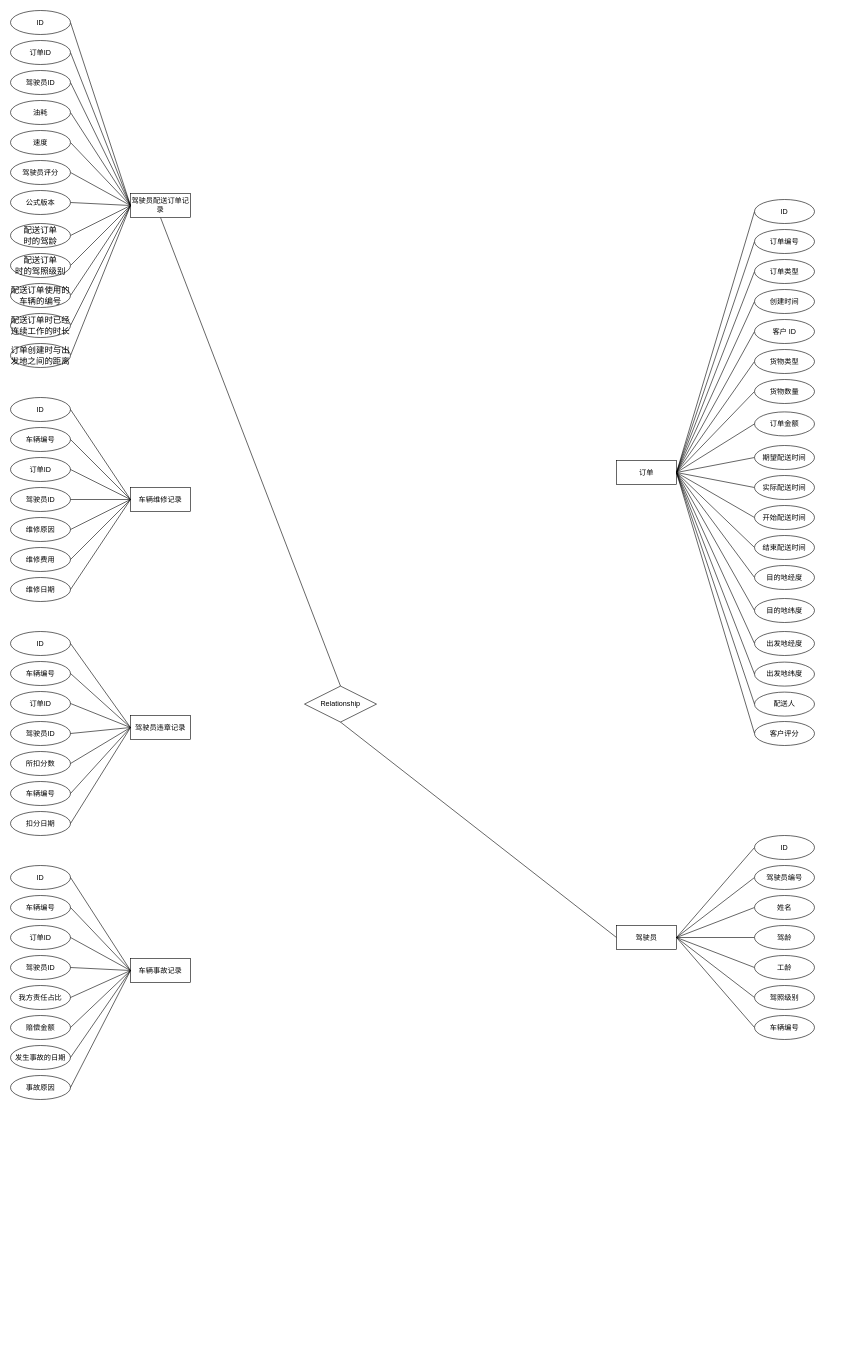
Earlier version of the draw.io diagram 小论文/ER图.drawio (YoungYo/drawio). Source tidied: cells renumbered, new cells numbered last; positions are measured from the earlier drawing's top-left corner, leaving out a move shared by most shapes. Both pictures are drawn from the tidied source at 60%, with x=0, y=0 at pixel (10, 10).
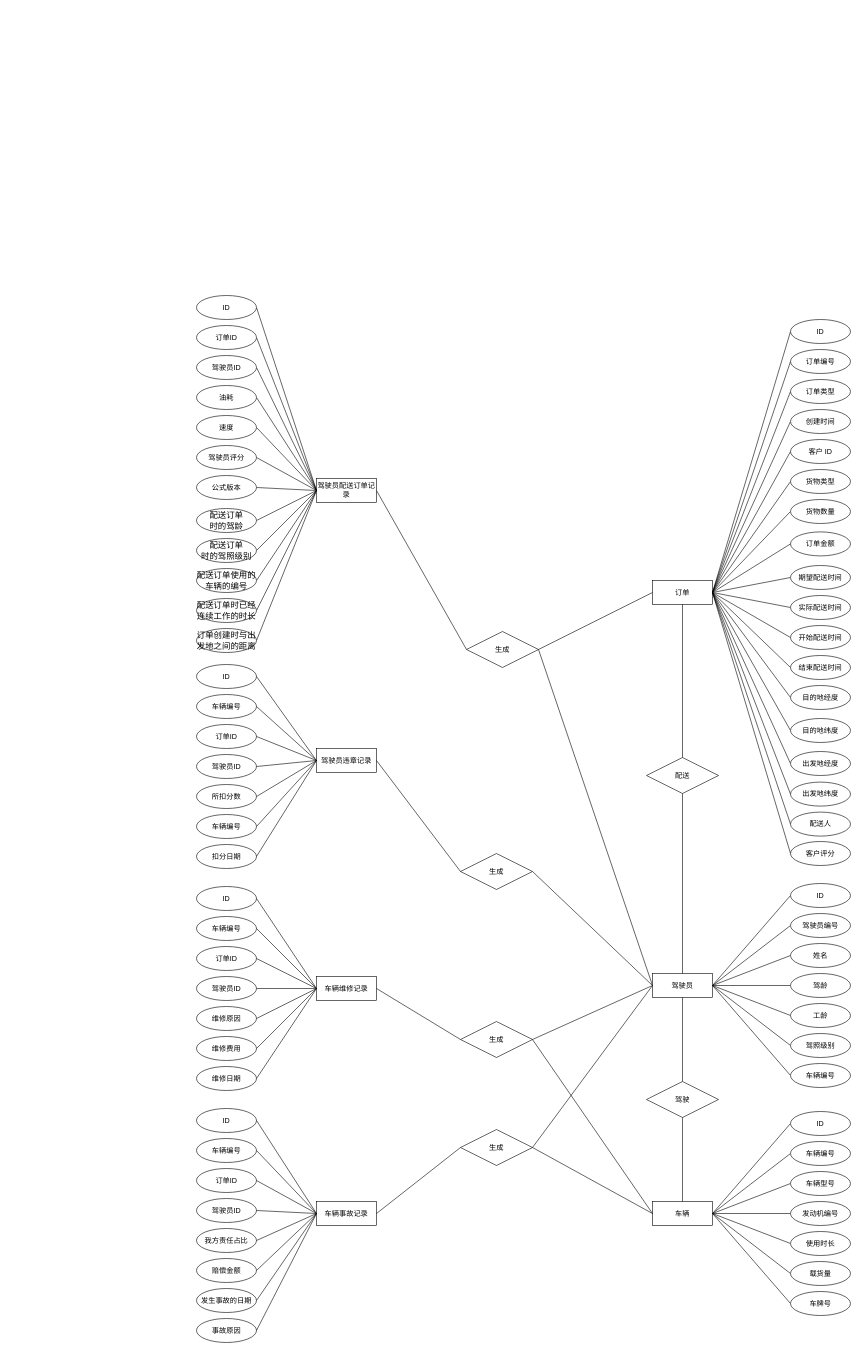
After the change.

Unchanged cells that the change refers to:
```xml
<mxCell id="8" value="订单" style="whiteSpace=wrap;html=1;align=center;" parent="7" vertex="1">
  <mxGeometry y="435" width="100" height="40" as="geometry" />
</mxCell>
<mxCell id="48" value="驾驶员" style="whiteSpace=wrap;html=1;align=center;" parent="47" vertex="1">
  <mxGeometry y="150" width="100" height="40" as="geometry" />
</mxCell>
<mxCell id="92" value="驾驶员评分" style="ellipse;whiteSpace=wrap;html=1;align=center;flipV=1;" parent="86" vertex="1">
  <mxGeometry y="250" width="100" height="40" as="geometry" />
</mxCell>
<mxCell id="93" value="公式版本" style="ellipse;whiteSpace=wrap;html=1;align=center;flipV=1;" parent="86" vertex="1">
  <mxGeometry y="300" width="100" height="40" as="geometry" />
</mxCell>
<mxCell id="94" value="&lt;span style=&quot;font-size: 10.5pt&quot;&gt;配送订单&lt;br&gt;时的驾龄&lt;/span&gt;&lt;span style=&quot;font-size: medium&quot;&gt;&lt;/span&gt;" style="ellipse;whiteSpace=wrap;html=1;align=center;flipV=1;" parent="86" vertex="1">
  <mxGeometry y="355" width="100" height="40" as="geometry" />
</mxCell>
```

Diff of the diagram source:
```diff
@@
-    <mxCell id="2" value="Relationship" style="shape=rhombus;perimeter=rhombusPerimeter;whiteSpace=wrap;html=1;align=center;" parent="1" vertex="1">
-      <mxGeometry x="490" y="1126" width="120" height="60" as="geometry" />
+    <mxCell id="2" value="生成" style="shape=rhombus;perimeter=rhombusPerimeter;whiteSpace=wrap;html=1;align=center;" parent="1" vertex="1">
+      <mxGeometry x="760" y="1035" width="120" height="60" as="geometry" />
     </mxCell>
-    <mxCell id="3" style="endArrow=none;html=1;rounded=0;exitX=0.5;exitY=1;exitDx=0;exitDy=0;entryX=0.5;entryY=0;entryDx=0;entryDy=0;" parent="1" edge="1" source="64" target="2">
+    <mxCell id="3" style="endArrow=none;html=1;rounded=0;exitX=1;exitY=0.5;exitDx=0;exitDy=0;entryX=0;entryY=0.5;entryDx=0;entryDy=0;" parent="1" edge="1" source="64" target="2">
       <mxGeometry relative="1" as="geometry" />
     </mxCell>
-    <mxCell id="4" style="endArrow=none;html=1;rounded=0;exitX=0.5;exitY=1;exitDx=0;exitDy=0;entryX=0;entryY=0.5;entryDx=0;entryDy=0;" parent="1" edge="1" source="2" target="48">
+    <mxCell id="4" style="endArrow=none;html=1;rounded=0;exitX=1;exitY=0.5;exitDx=0;exitDy=0;entryX=0;entryY=0.5;entryDx=0;entryDy=0;" parent="1" edge="1" source="2" target="48">
       <mxGeometry relative="1" as="geometry" />
     </mxCell>
     <mxCell id="5" value="驾驶员违章记录" style="whiteSpace=wrap;html=1;align=center;" parent="1" vertex="1">
-      <mxGeometry x="200" y="1175" width="100" height="40" as="geometry" />
+      <mxGeometry x="510" y="1230" width="100" height="40" as="geometry" />
     </mxCell>
     <mxCell id="6" value="车辆事故记录" style="whiteSpace=wrap;html=1;align=center;" parent="1" vertex="1">
-      <mxGeometry x="200" y="1580" width="100" height="40" as="geometry" />
+      <mxGeometry x="510" y="1985" width="100" height="40" as="geometry" />
     </mxCell>
     <mxCell id="7" style="group;" parent="1" vertex="1">
-      <mxGeometry x="1010" y="315" width="330" height="910" as="geometry" />
+      <mxGeometry x="1070" y="515" width="330" height="910" as="geometry" />
     </mxCell>
@@
+    <mxCell id="141" value="配送" style="shape=rhombus;perimeter=rhombusPerimeter;whiteSpace=wrap;html=1;align=center;" parent="7" vertex="1">
+      <mxGeometry x="-10" y="730" width="120" height="60" as="geometry" />
+    </mxCell>
+    <mxCell id="142" style="endArrow=none;html=1;rounded=0;entryX=0.5;entryY=0;entryDx=0;entryDy=0;exitX=0.5;exitY=1;exitDx=0;exitDy=0;" parent="7" edge="1" source="8" target="141">
+      <mxGeometry relative="1" as="geometry" />
+    </mxCell>
     <mxCell id="46" style="group;" parent="1" vertex="1">
-      <mxGeometry x="1010" y="1375" width="330" height="340" as="geometry" />
+      <mxGeometry x="1070" y="1455" width="330" height="340" as="geometry" />
     </mxCell>
@@
     <mxCell id="64" value="驾驶员配送订单记录" style="whiteSpace=wrap;html=1;align=center;" parent="1" vertex="1">
-      <mxGeometry x="200" y="305" width="100" height="40" as="geometry" />
+      <mxGeometry x="510" y="780" width="100" height="40" as="geometry" />
     </mxCell>
@@
     <mxCell id="70" style="endArrow=none;html=1;rounded=0;entryX=1;entryY=0.5;entryDx=0;entryDy=0;" parent="1" edge="1" target="92">
       <mxGeometry relative="1" as="geometry">
-        <mxPoint x="200" y="325" as="sourcePoint" />
+        <mxPoint x="510" y="800" as="sourcePoint" />
       </mxGeometry>
     </mxCell>
     <mxCell id="71" style="endArrow=none;html=1;rounded=0;entryX=1;entryY=0.5;entryDx=0;entryDy=0;" parent="1" edge="1" target="93">
       <mxGeometry relative="1" as="geometry">
-        <mxPoint x="200" y="325" as="sourcePoint" />
+        <mxPoint x="510" y="800" as="sourcePoint" />
       </mxGeometry>
     </mxCell>
     <mxCell id="72" style="endArrow=none;html=1;rounded=0;entryX=1;entryY=0.5;entryDx=0;entryDy=0;" parent="1" edge="1" target="94">
       <mxGeometry relative="1" as="geometry">
-        <mxPoint x="200" y="325" as="sourcePoint" />
+        <mxPoint x="510" y="800" as="sourcePoint" />
       </mxGeometry>
     </mxCell>
@@
     <mxCell id="77" style="group;" parent="1" vertex="1">
-      <mxGeometry y="645" width="100" height="340" as="geometry" />
+      <mxGeometry x="310" y="1460" width="100" height="340" as="geometry" />
     </mxCell>
@@
     <mxCell id="86" style="group;" parent="1" vertex="1">
-      <mxGeometry width="100" height="595" as="geometry" />
+      <mxGeometry x="310" y="475" width="100" height="595" as="geometry" />
     </mxCell>
@@
     <mxCell id="99" value="车辆维修记录" style="whiteSpace=wrap;html=1;align=center;" parent="1" vertex="1">
-      <mxGeometry x="200" y="795" width="100" height="40" as="geometry" />
+      <mxGeometry x="510" y="1610" width="100" height="40" as="geometry" />
     </mxCell>
     <mxCell id="100" style="endArrow=none;html=1;rounded=0;entryX=0;entryY=0.5;entryDx=0;entryDy=0;" parent="1" edge="1" target="99">
       <mxGeometry relative="1" as="geometry">
-        <mxPoint x="100" y="665" as="sourcePoint" />
+        <mxPoint x="410" y="1480" as="sourcePoint" />
       </mxGeometry>
     </mxCell>
@@
     <mxCell id="107" style="group;" parent="1" vertex="1">
-      <mxGeometry y="1035" width="100" height="340" as="geometry" />
+      <mxGeometry x="310" y="1090" width="100" height="340" as="geometry" />
     </mxCell>
@@
     <mxCell id="123" style="group;" parent="1" vertex="1">
-      <mxGeometry y="1425" width="100" height="390" as="geometry" />
+      <mxGeometry x="310" y="1830" width="100" height="390" as="geometry" />
     </mxCell>
@@
+    <mxCell id="143" style="endArrow=none;html=1;rounded=0;entryX=0;entryY=0.5;entryDx=0;entryDy=0;exitX=1;exitY=0.5;exitDx=0;exitDy=0;" parent="1" edge="1" source="2" target="8">
+      <mxGeometry relative="1" as="geometry" />
+    </mxCell>
+    <mxCell id="144" value="生成" style="shape=rhombus;perimeter=rhombusPerimeter;whiteSpace=wrap;html=1;align=center;" parent="1" vertex="1">
+      <mxGeometry x="750" y="1405" width="120" height="60" as="geometry" />
+    </mxCell>
+    <mxCell id="145" style="endArrow=none;html=1;rounded=0;entryX=0;entryY=0.5;entryDx=0;entryDy=0;exitX=1;exitY=0.5;exitDx=0;exitDy=0;" parent="1" edge="1" source="5" target="144">
+      <mxGeometry relative="1" as="geometry" />
+    </mxCell>
+    <mxCell id="146" style="endArrow=none;html=1;rounded=0;entryX=0;entryY=0.5;entryDx=0;entryDy=0;exitX=1;exitY=0.5;exitDx=0;exitDy=0;" parent="1" edge="1" source="144" target="48">
+      <mxGeometry relative="1" as="geometry" />
+    </mxCell>
+    <mxCell id="147" style="group;" parent="1" vertex="1">
+      <mxGeometry x="1070" y="1835" width="330" height="340" as="geometry" />
+    </mxCell>
+    <mxCell id="148" style="group;" parent="147" vertex="1">
+      <mxGeometry width="330" height="340" as="geometry" />
+    </mxCell>
+    <mxCell id="149" value="车辆" style="whiteSpace=wrap;html=1;align=center;" parent="148" vertex="1">
+      <mxGeometry y="150" width="100" height="40" as="geometry" />
+    </mxCell>
+    <mxCell id="150" style="endArrow=none;html=1;rounded=0;exitX=1;exitY=0.5;exitDx=0;exitDy=0;entryX=0;entryY=0.5;entryDx=0;entryDy=0;" parent="148" edge="1" source="149" target="158">
+      <mxGeometry relative="1" as="geometry" />
+    </mxCell>
+    <mxCell id="151" style="endArrow=none;html=1;rounded=0;entryX=0;entryY=0.5;entryDx=0;entryDy=0;exitX=1;exitY=0.5;exitDx=0;exitDy=0;" parent="148" edge="1" source="149" target="159">
+      <mxGeometry relative="1" as="geometry" />
+    </mxCell>
+    <mxCell id="152" style="endArrow=none;html=1;rounded=0;exitX=1;exitY=0.5;exitDx=0;exitDy=0;entryX=0;entryY=0.5;entryDx=0;entryDy=0;" parent="148" edge="1" source="149" target="160">
+      <mxGeometry relative="1" as="geometry" />
+    </mxCell>
+    <mxCell id="153" style="endArrow=none;html=1;rounded=0;exitX=1;exitY=0.5;exitDx=0;exitDy=0;entryX=0;entryY=0.5;entryDx=0;entryDy=0;" parent="148" edge="1" source="149" target="161">
+      <mxGeometry relative="1" as="geometry" />
+    </mxCell>
+    <mxCell id="154" style="endArrow=none;html=1;rounded=0;exitX=1;exitY=0.5;exitDx=0;exitDy=0;entryX=0;entryY=0.5;entryDx=0;entryDy=0;" parent="148" edge="1" source="149" target="162">
+      <mxGeometry relative="1" as="geometry" />
+    </mxCell>
+    <mxCell id="155" style="endArrow=none;html=1;rounded=0;entryX=0;entryY=0.5;entryDx=0;entryDy=0;exitX=1;exitY=0.5;exitDx=0;exitDy=0;" parent="148" edge="1" source="149" target="163">
+      <mxGeometry relative="1" as="geometry" />
+    </mxCell>
+    <mxCell id="156" style="endArrow=none;html=1;rounded=0;exitX=1;exitY=0.5;exitDx=0;exitDy=0;entryX=0;entryY=0.5;entryDx=0;entryDy=0;" parent="148" edge="1" source="149" target="164">
+      <mxGeometry relative="1" as="geometry" />
+    </mxCell>
+    <mxCell id="157" style="group;" parent="148" vertex="1">
+      <mxGeometry x="230" width="100" height="340" as="geometry" />
+    </mxCell>
+    <mxCell id="158" value="ID" style="ellipse;whiteSpace=wrap;html=1;align=center;flipV=1;" parent="157" vertex="1">
+      <mxGeometry width="100" height="40" as="geometry" />
+    </mxCell>
+    <mxCell id="159" value="车辆编号" style="ellipse;whiteSpace=wrap;html=1;align=center;flipV=1;" parent="157" vertex="1">
+      <mxGeometry y="50" width="100" height="40" as="geometry" />
+    </mxCell>
+    <mxCell id="160" value="车辆型号" style="ellipse;whiteSpace=wrap;html=1;align=center;flipV=1;" parent="157" vertex="1">
+      <mxGeometry y="100" width="100" height="40" as="geometry" />
+    </mxCell>
+    <mxCell id="161" value="发动机编号" style="ellipse;whiteSpace=wrap;html=1;align=center;flipV=1;" parent="157" vertex="1">
+      <mxGeometry y="150" width="100" height="40" as="geometry" />
+    </mxCell>
+    <mxCell id="162" value="使用时长" style="ellipse;whiteSpace=wrap;html=1;align=center;flipV=1;" parent="157" vertex="1">
+      <mxGeometry y="200" width="100" height="40" as="geometry" />
+    </mxCell>
+    <mxCell id="163" value="载货量" style="ellipse;whiteSpace=wrap;html=1;align=center;flipV=1;" parent="157" vertex="1">
+      <mxGeometry y="250" width="100" height="40" as="geometry" />
+    </mxCell>
+    <mxCell id="164" value="车牌号" style="ellipse;whiteSpace=wrap;html=1;align=center;flipV=1;" parent="157" vertex="1">
+      <mxGeometry y="300" width="100" height="40" as="geometry" />
+    </mxCell>
+    <mxCell id="165" value="驾驶" style="shape=rhombus;perimeter=rhombusPerimeter;whiteSpace=wrap;html=1;align=center;" parent="1" vertex="1">
+      <mxGeometry x="1060" y="1785" width="120" height="60" as="geometry" />
+    </mxCell>
+    <mxCell id="166" style="endArrow=none;html=1;rounded=0;entryX=0.5;entryY=0;entryDx=0;entryDy=0;exitX=0.5;exitY=1;exitDx=0;exitDy=0;" parent="1" edge="1" source="48" target="165">
+      <mxGeometry relative="1" as="geometry" />
+    </mxCell>
+    <mxCell id="167" style="endArrow=none;html=1;rounded=0;entryX=0.5;entryY=1;entryDx=0;entryDy=0;exitX=0.5;exitY=0;exitDx=0;exitDy=0;" parent="1" edge="1" source="149" target="165">
+      <mxGeometry relative="1" as="geometry" />
+    </mxCell>
+    <mxCell id="168" value="生成" style="shape=rhombus;perimeter=rhombusPerimeter;whiteSpace=wrap;html=1;align=center;" parent="1" vertex="1">
+      <mxGeometry x="750" y="1685" width="120" height="60" as="geometry" />
+    </mxCell>
+    <mxCell id="169" value="生成" style="shape=rhombus;perimeter=rhombusPerimeter;whiteSpace=wrap;html=1;align=center;" parent="1" vertex="1">
+      <mxGeometry x="750" y="1865" width="120" height="60" as="geometry" />
+    </mxCell>
+    <mxCell id="170" style="endArrow=none;html=1;rounded=0;entryX=0;entryY=0.5;entryDx=0;entryDy=0;exitX=1;exitY=0.5;exitDx=0;exitDy=0;" parent="1" edge="1" source="99" target="168">
+      <mxGeometry relative="1" as="geometry" />
+    </mxCell>
+    <mxCell id="171" style="endArrow=none;html=1;rounded=0;entryX=0;entryY=0.5;entryDx=0;entryDy=0;exitX=1;exitY=0.5;exitDx=0;exitDy=0;" parent="1" edge="1" source="168" target="48">
+      <mxGeometry relative="1" as="geometry" />
+    </mxCell>
+    <mxCell id="172" style="endArrow=none;html=1;rounded=0;entryX=0;entryY=0.5;entryDx=0;entryDy=0;exitX=1;exitY=0.5;exitDx=0;exitDy=0;" parent="1" edge="1" source="168" target="149">
+      <mxGeometry relative="1" as="geometry" />
+    </mxCell>
+    <mxCell id="173" style="endArrow=none;html=1;rounded=0;entryX=0;entryY=0.5;entryDx=0;entryDy=0;exitX=1;exitY=0.5;exitDx=0;exitDy=0;" parent="1" edge="1" source="6" target="169">
+      <mxGeometry relative="1" as="geometry" />
+    </mxCell>
+    <mxCell id="174" style="endArrow=none;html=1;rounded=0;entryX=0;entryY=0.5;entryDx=0;entryDy=0;exitX=1;exitY=0.5;exitDx=0;exitDy=0;" parent="1" edge="1" source="169" target="149">
+      <mxGeometry relative="1" as="geometry" />
+    </mxCell>
+    <mxCell id="175" style="endArrow=none;html=1;rounded=0;entryX=0;entryY=0.5;entryDx=0;entryDy=0;exitX=1;exitY=0.5;exitDx=0;exitDy=0;" parent="1" edge="1" source="169" target="48">
+      <mxGeometry relative="1" as="geometry" />
+    </mxCell>
+    <mxCell id="176" style="endArrow=none;html=1;rounded=0;exitX=0.5;exitY=1;exitDx=0;exitDy=0;entryX=0.5;entryY=0;entryDx=0;entryDy=0;" parent="1" edge="1" source="141" target="48">
+      <mxGeometry relative="1" as="geometry" />
+    </mxCell>
```
